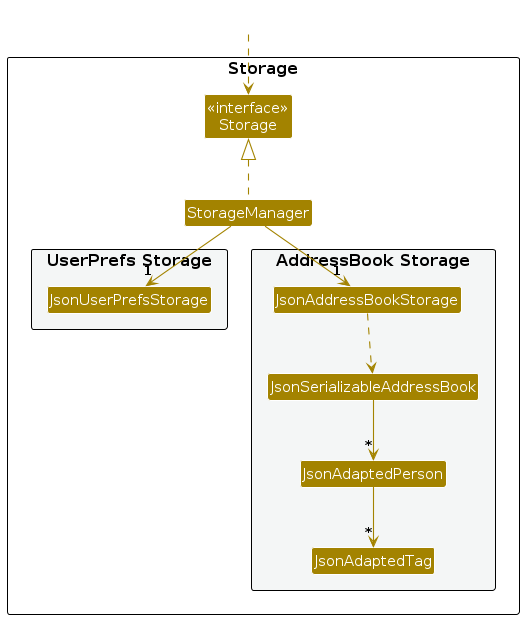
AY2627S1-CS2103T-T17-2/tp keeps this PlantUML diagram as diagrams/StorageClassDiagram.png. Above is the earlier version. Its source is kept beside it as diagrams/StorageClassDiagram.puml. Source of this version:
```plantuml
@startuml
!include style.puml
skinparam arrowThickness 1.1
skinparam arrowColor STORAGE_COLOR
skinparam classBackgroundColor STORAGE_COLOR

package Storage as StoragePackage {

Class "<<interface>>\nStorage" as Storage
Class StorageManager

package "UserPrefs Storage" #F4F6F6{
Class JsonUserPrefsStorage
}

package "AddressBook Storage" #F4F6F6{
Class JsonAddressBookStorage
Class JsonSerializableAddressBook
Class JsonAdaptedPerson
Class JsonAdaptedTag
}

}

Class HiddenOutside #FFFFFF
HiddenOutside ..> Storage

StorageManager .up.|> Storage
StorageManager -down-> "1" JsonUserPrefsStorage
StorageManager -down-> "1" JsonAddressBookStorage

JsonAddressBookStorage ..> JsonSerializableAddressBook
JsonSerializableAddressBook --> "*" JsonAdaptedPerson
JsonAdaptedPerson --> "*" JsonAdaptedTag

@enduml
```
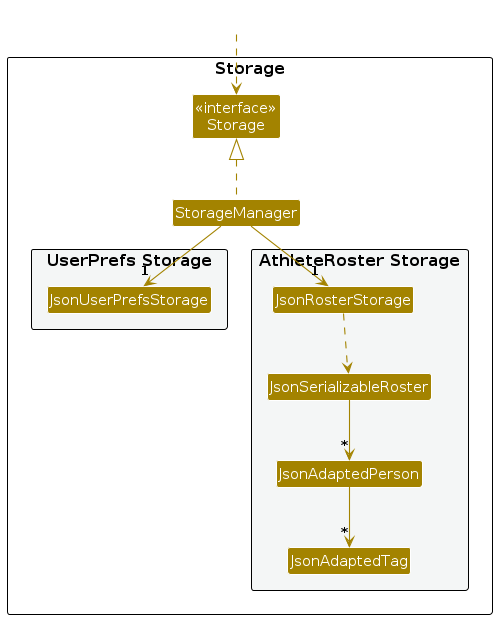
The same diagram one commit later.

The edit, as a diff of the source:
```diff
@@ -13,9 +13,9 @@
 Class JsonUserPrefsStorage
 }
 
-package "AddressBook Storage" #F4F6F6{
-Class JsonAddressBookStorage
-Class JsonSerializableAddressBook
+package "AthleteRoster Storage" #F4F6F6{
+Class JsonRosterStorage
+Class JsonSerializableRoster
 Class JsonAdaptedPerson
 Class JsonAdaptedTag
 }
@@ -27,10 +27,10 @@
 
 StorageManager .up.|> Storage
 StorageManager -down-> "1" JsonUserPrefsStorage
-StorageManager -down-> "1" JsonAddressBookStorage
+StorageManager -down-> "1" JsonRosterStorage
 
-JsonAddressBookStorage ..> JsonSerializableAddressBook
-JsonSerializableAddressBook --> "*" JsonAdaptedPerson
+JsonRosterStorage ..> JsonSerializableRoster
+JsonSerializableRoster --> "*" JsonAdaptedPerson
 JsonAdaptedPerson --> "*" JsonAdaptedTag
 
 @enduml
```
